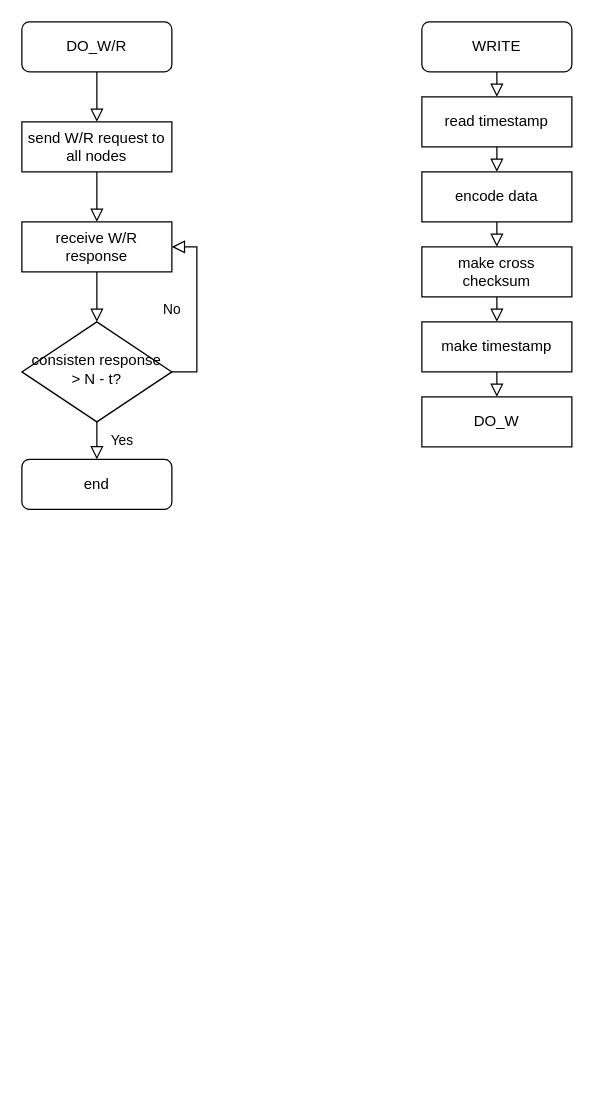
The draw.io diagram Byzantine.drawio in OneOverThree/PastryTest, before the edit. Source tidied: cells renumbered, new cells numbered last; positions are measured from the earlier drawing's top-left corner, leaving out a move shared by most shapes. Both pictures are drawn from the tidied source at 125%, with x=0, y=0 at pixel (21, 21).
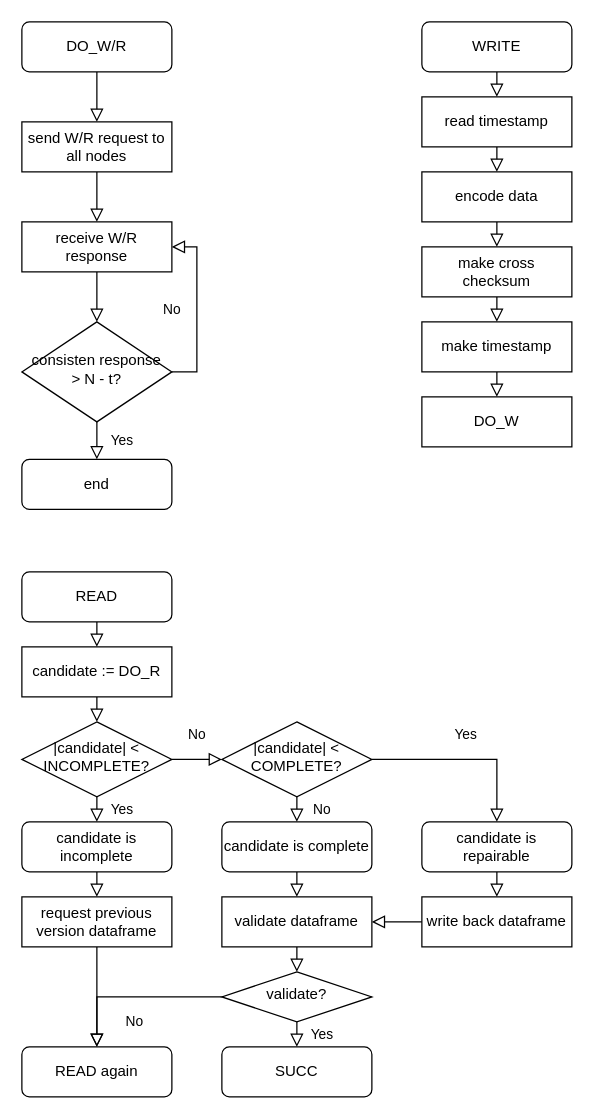
The same diagram, later.

Diff of the diagram source:
```diff
@@
+    <mxCell id="23" value="SUCC" style="rounded=1;whiteSpace=wrap;html=1;fontSize=12;glass=0;strokeWidth=1;shadow=0;" parent="1" vertex="1">
+      <mxGeometry x="160" y="820" width="120" height="40" as="geometry" />
+    </mxCell>
+    <mxCell id="24" value="|candidate| &amp;lt; INCOMPLETE?" style="rhombus;whiteSpace=wrap;html=1;shadow=0;fontFamily=Helvetica;fontSize=12;align=center;strokeWidth=1;spacing=6;spacingTop=-4;" parent="1" vertex="1">
+      <mxGeometry y="560" width="120" height="60" as="geometry" />
+    </mxCell>
+    <mxCell id="25" value="|candidate| &amp;lt; COMPLETE?" style="rhombus;whiteSpace=wrap;html=1;shadow=0;fontFamily=Helvetica;fontSize=12;align=center;strokeWidth=1;spacing=6;spacingTop=-4;" parent="1" vertex="1">
+      <mxGeometry x="160" y="560" width="120" height="60" as="geometry" />
+    </mxCell>
+    <mxCell id="26" value="candidate is complete" style="rounded=1;whiteSpace=wrap;html=1;fontSize=12;glass=0;strokeWidth=1;shadow=0;" parent="1" vertex="1">
+      <mxGeometry x="160" y="640" width="120" height="40" as="geometry" />
+    </mxCell>
+    <mxCell id="27" value="candidate is repairable" style="rounded=1;whiteSpace=wrap;html=1;fontSize=12;glass=0;strokeWidth=1;shadow=0;" parent="1" vertex="1">
+      <mxGeometry x="320" y="640" width="120" height="40" as="geometry" />
+    </mxCell>
+    <mxCell id="28" value="candidate is incomplete" style="rounded=1;whiteSpace=wrap;html=1;fontSize=12;glass=0;strokeWidth=1;shadow=0;" parent="1" vertex="1">
+      <mxGeometry y="640" width="120" height="40" as="geometry" />
+    </mxCell>
+    <mxCell id="29" value="request previous version dataframe" style="rounded=0;whiteSpace=wrap;html=1;" parent="1" vertex="1">
+      <mxGeometry y="700" width="120" height="40" as="geometry" />
+    </mxCell>
+    <mxCell id="30" value="validate dataframe" style="rounded=0;whiteSpace=wrap;html=1;" parent="1" vertex="1">
+      <mxGeometry x="160" y="700" width="120" height="40" as="geometry" />
+    </mxCell>
+    <mxCell id="31" value="READ" style="rounded=1;whiteSpace=wrap;html=1;fontSize=12;glass=0;strokeWidth=1;shadow=0;" parent="1" vertex="1">
+      <mxGeometry y="440" width="120" height="40" as="geometry" />
+    </mxCell>
+    <mxCell id="32" value="write back dataframe" style="rounded=0;whiteSpace=wrap;html=1;" parent="1" vertex="1">
+      <mxGeometry x="320" y="700" width="120" height="40" as="geometry" />
+    </mxCell>
+    <mxCell id="33" value="candidate := DO_R" style="rounded=0;whiteSpace=wrap;html=1;" parent="1" vertex="1">
+      <mxGeometry y="500" width="120" height="40" as="geometry" />
+    </mxCell>
+    <mxCell id="34" value="validate?" style="rhombus;whiteSpace=wrap;html=1;shadow=0;fontFamily=Helvetica;fontSize=12;align=center;strokeWidth=1;spacing=6;spacingTop=-4;" parent="1" vertex="1">
+      <mxGeometry x="160" y="760" width="120" height="40" as="geometry" />
+    </mxCell>
+    <mxCell id="35" style="rounded=0;html=1;jettySize=auto;fontSize=11;endArrow=block;endFill=0;endSize=8;strokeWidth=1;shadow=0;labelBackgroundColor=none;edgeStyle=orthogonalEdgeStyle;exitX=0.5;exitY=1;exitDx=0;exitDy=0;" parent="1" edge="1" source="31">
+      <mxGeometry y="20" relative="1" as="geometry">
+        <mxPoint x="60" y="500" as="targetPoint" />
+      </mxGeometry>
+    </mxCell>
+    <mxCell id="36" style="rounded=0;html=1;jettySize=auto;fontSize=11;endArrow=block;endFill=0;endSize=8;strokeWidth=1;shadow=0;labelBackgroundColor=none;edgeStyle=orthogonalEdgeStyle;exitX=0.5;exitY=1;exitDx=0;exitDy=0;entryX=0.5;entryY=0;entryDx=0;entryDy=0;" parent="1" edge="1" source="33" target="24">
+      <mxGeometry y="20" relative="1" as="geometry" />
+    </mxCell>
+    <mxCell id="37" style="rounded=0;html=1;jettySize=auto;fontSize=11;endArrow=block;endFill=0;endSize=8;strokeWidth=1;shadow=0;labelBackgroundColor=none;edgeStyle=orthogonalEdgeStyle;exitX=0.5;exitY=1;exitDx=0;exitDy=0;entryX=0.5;entryY=0;entryDx=0;entryDy=0;" parent="1" edge="1" source="28" target="29">
+      <mxGeometry y="20" relative="1" as="geometry" />
+    </mxCell>
+    <mxCell id="38" style="rounded=0;html=1;jettySize=auto;fontSize=11;endArrow=block;endFill=0;endSize=8;strokeWidth=1;shadow=0;labelBackgroundColor=none;edgeStyle=orthogonalEdgeStyle;exitX=0.5;exitY=1;exitDx=0;exitDy=0;entryX=0.5;entryY=0;entryDx=0;entryDy=0;" parent="1" edge="1" source="26" target="30">
+      <mxGeometry y="20" relative="1" as="geometry" />
+    </mxCell>
+    <mxCell id="39" value="No" style="rounded=0;html=1;jettySize=auto;fontSize=11;endArrow=block;endFill=0;endSize=8;strokeWidth=1;shadow=0;labelBackgroundColor=none;edgeStyle=orthogonalEdgeStyle;exitX=1;exitY=0.5;exitDx=0;exitDy=0;entryX=0;entryY=0.5;entryDx=0;entryDy=0;" parent="1" edge="1" source="24" target="25">
+      <mxGeometry y="20" relative="1" as="geometry" />
+    </mxCell>
+    <mxCell id="40" value="No" style="rounded=0;html=1;jettySize=auto;fontSize=11;endArrow=block;endFill=0;endSize=8;strokeWidth=1;shadow=0;labelBackgroundColor=none;edgeStyle=orthogonalEdgeStyle;exitX=0.5;exitY=1;exitDx=0;exitDy=0;entryX=0.5;entryY=0;entryDx=0;entryDy=0;" parent="1" edge="1" source="25" target="26">
+      <mxGeometry y="20" relative="1" as="geometry" />
+    </mxCell>
+    <mxCell id="41" value="Yes" style="rounded=0;html=1;jettySize=auto;fontSize=11;endArrow=block;endFill=0;endSize=8;strokeWidth=1;shadow=0;labelBackgroundColor=none;edgeStyle=orthogonalEdgeStyle;exitX=0.5;exitY=1;exitDx=0;exitDy=0;" parent="1" edge="1" source="24">
+      <mxGeometry y="20" relative="1" as="geometry">
+        <mxPoint x="60" y="640" as="targetPoint" />
+      </mxGeometry>
+    </mxCell>
+    <mxCell id="42" value="Yes" style="rounded=0;html=1;jettySize=auto;fontSize=11;endArrow=block;endFill=0;endSize=8;strokeWidth=1;shadow=0;labelBackgroundColor=none;edgeStyle=orthogonalEdgeStyle;exitX=1;exitY=0.5;exitDx=0;exitDy=0;" parent="1" edge="1" source="25" target="27">
+      <mxGeometry y="20" relative="1" as="geometry" />
+    </mxCell>
+    <mxCell id="43" style="rounded=0;html=1;jettySize=auto;fontSize=11;endArrow=block;endFill=0;endSize=8;strokeWidth=1;shadow=0;labelBackgroundColor=none;edgeStyle=orthogonalEdgeStyle;exitX=0.5;exitY=1;exitDx=0;exitDy=0;entryX=0.5;entryY=0;entryDx=0;entryDy=0;" parent="1" edge="1" source="30" target="34">
+      <mxGeometry y="20" relative="1" as="geometry" />
+    </mxCell>
+    <mxCell id="44" value="Yes" style="rounded=0;html=1;jettySize=auto;fontSize=11;endArrow=block;endFill=0;endSize=8;strokeWidth=1;shadow=0;labelBackgroundColor=none;edgeStyle=orthogonalEdgeStyle;exitX=0.5;exitY=1;exitDx=0;exitDy=0;entryX=0.5;entryY=0;entryDx=0;entryDy=0;" parent="1" edge="1" source="34" target="23">
+      <mxGeometry y="20" relative="1" as="geometry" />
+    </mxCell>
+    <mxCell id="45" style="rounded=0;html=1;jettySize=auto;fontSize=11;endArrow=block;endFill=0;endSize=8;strokeWidth=1;shadow=0;labelBackgroundColor=none;edgeStyle=orthogonalEdgeStyle;entryX=1;entryY=0.5;entryDx=0;entryDy=0;" parent="1" edge="1" source="32" target="30">
+      <mxGeometry y="20" relative="1" as="geometry" />
+    </mxCell>
+    <mxCell id="46" value="READ again" style="rounded=1;whiteSpace=wrap;html=1;fontSize=12;glass=0;strokeWidth=1;shadow=0;" parent="1" vertex="1">
+      <mxGeometry y="820" width="120" height="40" as="geometry" />
+    </mxCell>
+    <mxCell id="47" style="rounded=0;html=1;jettySize=auto;fontSize=11;endArrow=block;endFill=0;endSize=8;strokeWidth=1;shadow=0;labelBackgroundColor=none;edgeStyle=orthogonalEdgeStyle;exitX=0.5;exitY=1;exitDx=0;exitDy=0;entryX=0.5;entryY=0;entryDx=0;entryDy=0;" parent="1" edge="1" source="29" target="46">
+      <mxGeometry y="20" relative="1" as="geometry" />
+    </mxCell>
+    <mxCell id="48" value="No" style="rounded=0;html=1;jettySize=auto;fontSize=11;endArrow=block;endFill=0;endSize=8;strokeWidth=1;shadow=0;labelBackgroundColor=none;edgeStyle=orthogonalEdgeStyle;exitX=0;exitY=0.5;exitDx=0;exitDy=0;entryX=0.5;entryY=0;entryDx=0;entryDy=0;" parent="1" edge="1" source="34" target="46">
+      <mxGeometry y="20" relative="1" as="geometry" />
+    </mxCell>
+    <mxCell id="49" style="rounded=0;html=1;jettySize=auto;fontSize=11;endArrow=block;endFill=0;endSize=8;strokeWidth=1;shadow=0;labelBackgroundColor=none;edgeStyle=orthogonalEdgeStyle;exitX=0.5;exitY=1;exitDx=0;exitDy=0;" parent="1" edge="1" source="27">
+      <mxGeometry y="20" relative="1" as="geometry">
+        <mxPoint x="380" y="700" as="targetPoint" />
+      </mxGeometry>
+    </mxCell>
```
